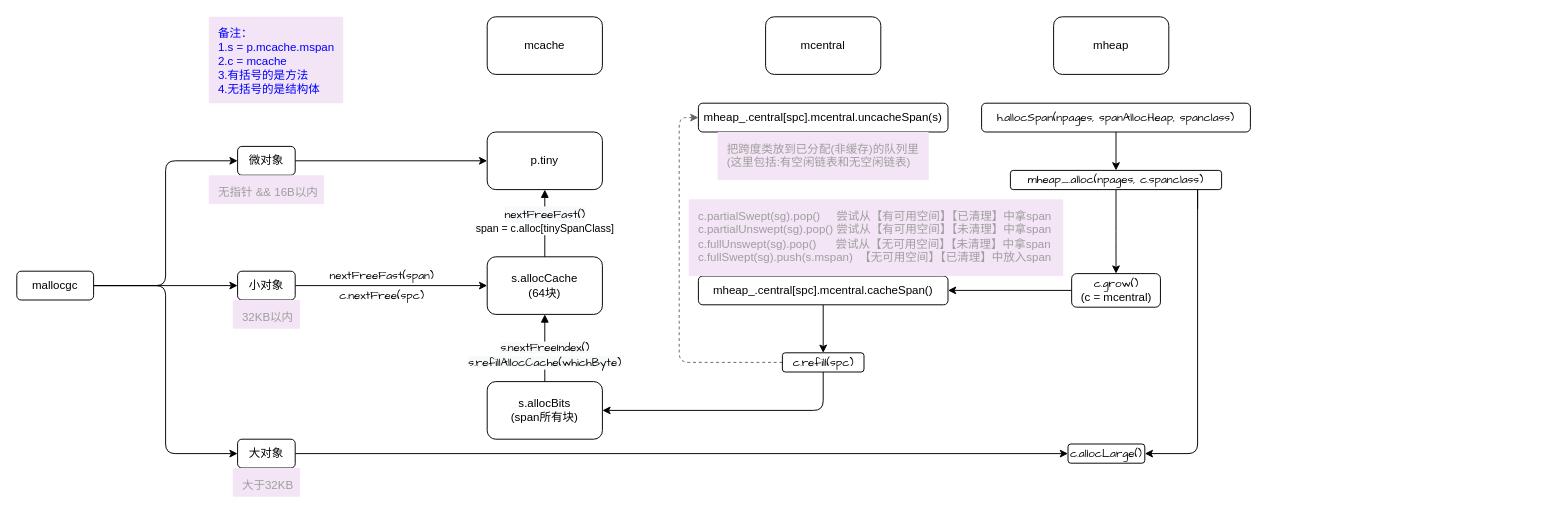
This is book/src/内存分配流程.drawio from fire1220/annotation-go1.23.5, a draw.io file, before an edit. Source tidied: cells renumbered, new cells numbered last; positions are measured from the earlier drawing's top-left corner, leaving out a move shared by most shapes. Both pictures are drawn from the tidied source at 96%, with x=0, y=0 at pixel (16, 16).
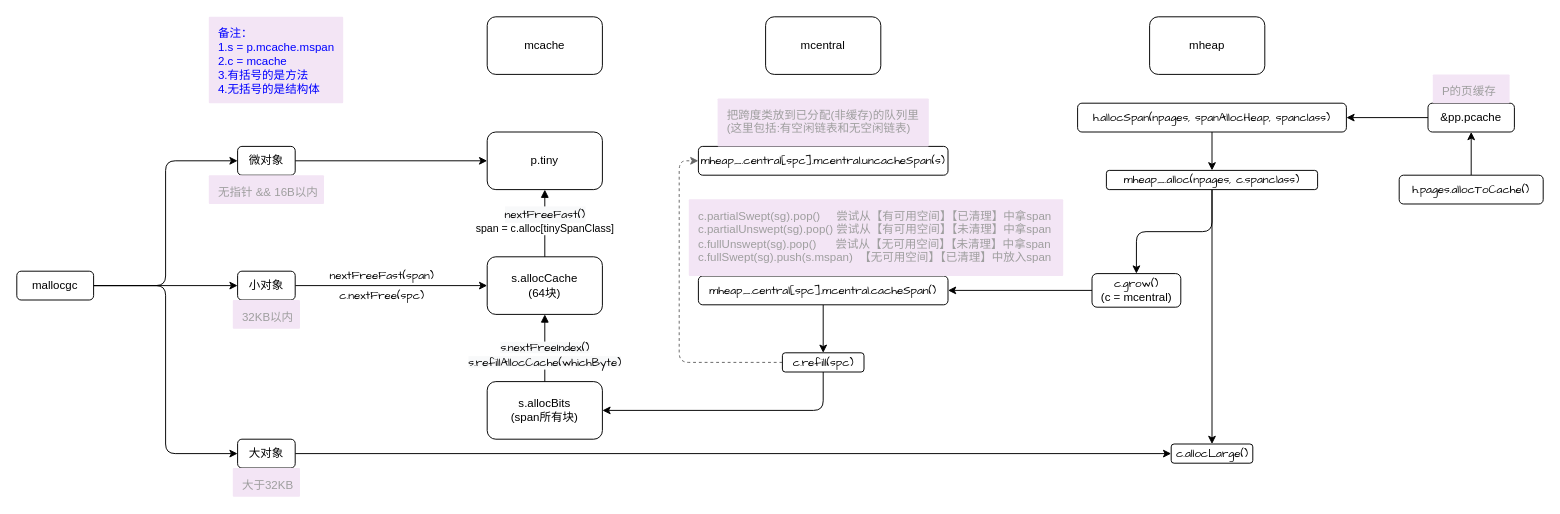
The same diagram, later.

The change refers to these unchanged cells:
```xml
<mxCell id="12" value="&lt;font face=&quot;comic sans ms&quot;&gt;c.refill(spc)&lt;/font&gt;" style="rounded=1;whiteSpace=wrap;html=1;" parent="1" vertex="1">
  <mxGeometry x="797.5" y="350" width="85" height="20" as="geometry" />
</mxCell>
```

What changed in the source:
```diff
@@
-    <mxCell id="5" value="mheap_.central[spc].mcentral.uncacheSpan(s)" style="rounded=1;whiteSpace=wrap;html=1;" parent="1" vertex="1">
-      <mxGeometry x="710" y="90" width="260" height="30" as="geometry" />
+    <mxCell id="5" value="&lt;font face=&quot;Comic Sans MS&quot;&gt;mheap_.central[spc].mcentral.uncacheSpan(s)&lt;/font&gt;" style="rounded=1;whiteSpace=wrap;html=1;" parent="1" vertex="1">
+      <mxGeometry x="710" y="135" width="260" height="30" as="geometry" />
     </mxCell>
@@
     <mxCell id="11" style="edgeStyle=orthogonalEdgeStyle;rounded=1;jettySize=auto;html=1;entryX=0;entryY=0.5;entryDx=0;entryDy=0;dashed=1;strokeColor=#666666;" parent="1" edge="1" source="12" target="5">
       <mxGeometry relative="1" as="geometry">
         <Array as="points">
           <mxPoint x="690" y="360" />
-          <mxPoint x="690" y="105" />
+          <mxPoint x="690" y="150" />
         </Array>
       </mxGeometry>
     </mxCell>
@@
-    <mxCell id="15" value="&lt;span&gt;mheap_.central[spc].mcentral.cacheSpan()&lt;/span&gt;" style="rounded=1;whiteSpace=wrap;html=1;" parent="1" vertex="1">
+    <mxCell id="15" value="&lt;span&gt;&lt;font face=&quot;Comic Sans MS&quot;&gt;mheap_.central[spc].mcentral.cacheSpan()&lt;/font&gt;&lt;/span&gt;" style="rounded=1;whiteSpace=wrap;html=1;" parent="1" vertex="1">
       <mxGeometry x="710" y="270" width="260" height="30" as="geometry" />
     </mxCell>
     <mxCell id="16" value="把跨度类放到已分配(非缓存)的队列里&lt;br&gt;(这里包括:有空闲链表和无空闲链表)" style="rounded=1;absoluteArcSize=1;arcSize=2;html=1;strokeColor=none;gradientColor=none;shadow=0;dashed=0;fontSize=12;fontColor=#9E9E9E;align=left;verticalAlign=top;spacing=10;spacingTop=-4;fillColor=#F3E5F5;" parent="1" vertex="1">
-      <mxGeometry x="730" y="120" width="220" height="50" as="geometry" />
+      <mxGeometry x="730" y="85" width="220" height="50" as="geometry" />
     </mxCell>
-    <mxCell id="17" style="edgeStyle=orthogonalEdgeStyle;rounded=1;jettySize=auto;html=1;entryX=1;entryY=0.5;entryDx=0;entryDy=0;strokeColor=#000000;" parent="1" edge="1" source="18" target="15">
+    <mxCell id="17" style="edgeStyle=orthogonalEdgeStyle;rounded=1;jettySize=auto;html=1;strokeColor=#000000;" parent="1" edge="1" source="18" target="15">
       <mxGeometry relative="1" as="geometry" />
     </mxCell>
     <mxCell id="18" value="&lt;font face=&quot;Comic Sans MS&quot;&gt;c.grow()&lt;br&gt;&lt;/font&gt;(c = mcentral)" style="rounded=1;whiteSpace=wrap;html=1;" parent="1" vertex="1">
-      <mxGeometry x="1098.8" y="267.5" width="92.5" height="35" as="geometry" />
+      <mxGeometry x="1120" y="267.5" width="92.5" height="35" as="geometry" />
     </mxCell>
@@
     <mxCell id="20" value="mheap" style="rounded=1;whiteSpace=wrap;html=1;" parent="1" vertex="1">
-      <mxGeometry x="1080" width="120" height="60" as="geometry" />
+      <mxGeometry x="1180" width="120" height="60" as="geometry" />
     </mxCell>
@@
-    <mxCell id="22" style="edgeStyle=orthogonalEdgeStyle;rounded=1;jettySize=auto;html=1;entryX=1;entryY=0.5;entryDx=0;entryDy=0;strokeColor=#000000;" parent="1" edge="1" target="30">
-      <mxGeometry relative="1" as="geometry">
-        <mxPoint x="1230" y="200" as="sourcePoint" />
-        <Array as="points">
-          <mxPoint x="1230" y="170" />
-          <mxPoint x="1230" y="455" />
-        </Array>
-      </mxGeometry>
+    <mxCell id="22" style="rounded=1;jettySize=auto;html=1;entryX=0.5;entryY=0;entryDx=0;entryDy=0;strokeColor=#000000;exitX=0.5;exitY=1;exitDx=0;exitDy=0;edgeStyle=orthogonalEdgeStyle;" parent="1" edge="1" source="23" target="30">
+      <mxGeometry relative="1" as="geometry" />
     </mxCell>
     <mxCell id="23" value="&lt;font face=&quot;Comic Sans MS&quot;&gt;mheap_.alloc(npages, c.spanclass)&lt;/font&gt;" style="rounded=1;whiteSpace=wrap;html=1;" parent="1" vertex="1">
-      <mxGeometry x="1035" y="160" width="220" height="20" as="geometry" />
+      <mxGeometry x="1135" y="160" width="220" height="20" as="geometry" />
     </mxCell>
@@
     <mxCell id="30" value="&lt;font face=&quot;Comic Sans MS&quot;&gt;c.allocLarge()&lt;/font&gt;" style="rounded=1;whiteSpace=wrap;html=1;" parent="1" vertex="1">
-      <mxGeometry x="1095" y="445" width="80" height="20" as="geometry" />
+      <mxGeometry x="1202.5" y="445" width="85" height="20" as="geometry" />
     </mxCell>
@@
     <mxCell id="42" value="&lt;font face=&quot;Comic Sans MS&quot;&gt;h.allocSpan(npages, spanAllocHeap, spanclass)&lt;/font&gt;" style="rounded=1;whiteSpace=wrap;html=1;" parent="1" vertex="1">
-      <mxGeometry x="1005" y="90" width="280" height="30" as="geometry" />
+      <mxGeometry x="1105" y="90" width="280" height="30" as="geometry" />
     </mxCell>
+    <mxCell id="43" style="edgeStyle=orthogonalEdgeStyle;rounded=1;jettySize=auto;html=1;entryX=1;entryY=0.5;entryDx=0;entryDy=0;" parent="1" edge="1" source="44" target="42">
+      <mxGeometry relative="1" as="geometry" />
+    </mxCell>
+    <mxCell id="44" value="&amp;amp;pp.pcache" style="rounded=1;whiteSpace=wrap;html=1;" parent="1" vertex="1">
+      <mxGeometry x="1470" y="90" width="90" height="30" as="geometry" />
+    </mxCell>
+    <mxCell id="45" value="P的页缓存" style="rounded=1;absoluteArcSize=1;arcSize=2;html=1;strokeColor=none;gradientColor=none;shadow=0;dashed=0;fontSize=12;fontColor=#9E9E9E;align=left;verticalAlign=top;spacing=10;spacingTop=-4;fillColor=#F3E5F5;" parent="1" vertex="1">
+      <mxGeometry x="1475" y="60" width="80" height="30" as="geometry" />
+    </mxCell>
+    <mxCell id="46" style="edgeStyle=orthogonalEdgeStyle;rounded=1;jettySize=auto;html=1;entryX=0.5;entryY=1;entryDx=0;entryDy=0;" parent="1" edge="1" source="47" target="44">
+      <mxGeometry relative="1" as="geometry" />
+    </mxCell>
+    <mxCell id="47" value="&lt;font face=&quot;Comic Sans MS&quot;&gt;h.pages.allocToCache()&lt;/font&gt;" style="rounded=1;whiteSpace=wrap;html=1;" parent="1" vertex="1">
+      <mxGeometry x="1440" y="165" width="150" height="30" as="geometry" />
+    </mxCell>
```
